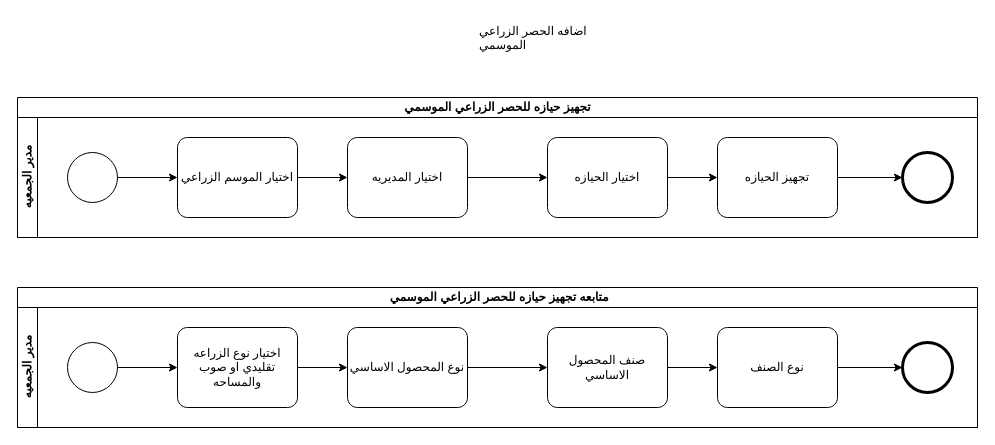
Above: page "اضافه الحصر الزراعي الموسمي" (4 of 4) of GISDB.drawio in Mohamedmtc/Diagrams (draw.io), before the change. Source tidied: cells renumbered, new cells numbered last; positions are measured from the earlier drawing's top-left corner, leaving out a move shared by most shapes. Both pictures are drawn from the tidied source at 100%, with x=0, y=0 at pixel (17, 17).
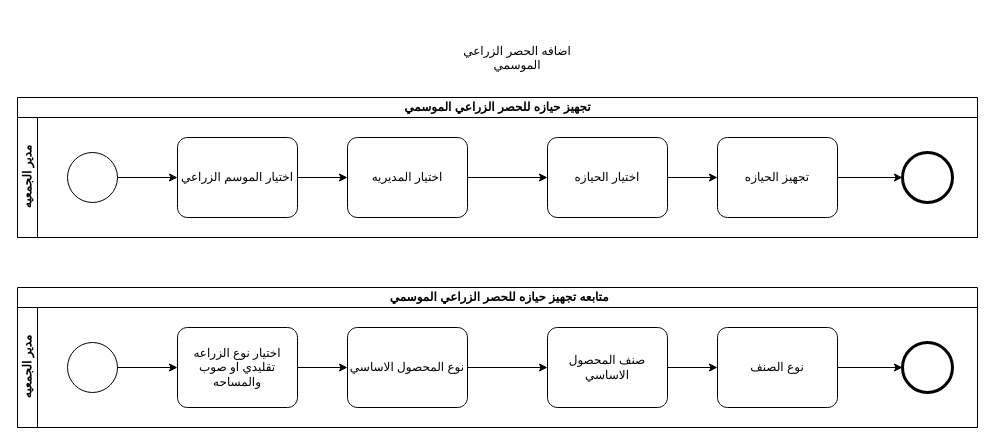
After the change.

What changed in the source:
```diff
@@
-    <mxCell id="15" value="اضافه الحصر الزراعي الموسمي" style="text;whiteSpace=wrap;html=1;" parent="1" vertex="1">
-      <mxGeometry x="460" width="160" height="40" as="geometry" />
+    <mxCell id="15" value="اضافه الحصر الزراعي الموسمي" style="text;whiteSpace=wrap;html=1;align=center;" parent="1" vertex="1">
+      <mxGeometry x="420" y="20" width="160" height="29" as="geometry" />
     </mxCell>
```
